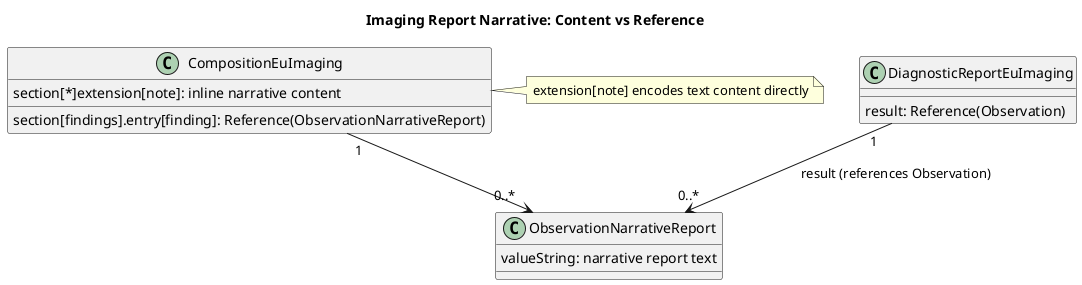
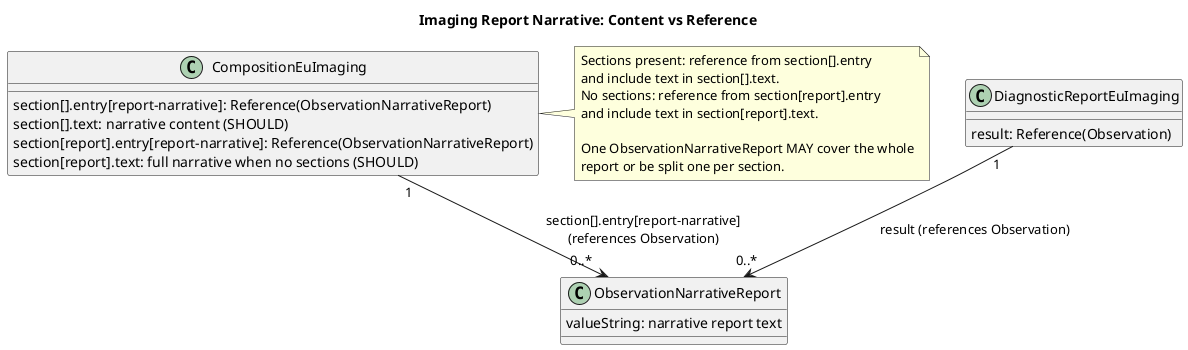
@startuml
title Imaging Report Narrative: Content vs Reference

skinparam classAttributeIconSize 0

class "ObservationNarrativeReport" as ONR {
	valueString: narrative report text
}

class "DiagnosticReportEuImaging" as DR {
	result: Reference(Observation)
}

class "CompositionEuImaging" as COMP {
- 	section[*]extension[note]: inline narrative content
-   section[findings].entry[finding]: Reference(ObservationNarrativeReport)
+ 	section[].entry[report-narrative]: Reference(ObservationNarrativeReport)
+ 	section[].text: narrative content (SHOULD)
+ 	section[report].entry[report-narrative]: Reference(ObservationNarrativeReport)
+ 	section[report].text: full narrative when no sections (SHOULD)
}

DR "1" --> "0..*" ONR : result (references Observation)
- COMP "1" --> "0..*" ONR
+ COMP "1" --> "0..*" ONR : section[].entry[report-narrative]\n(references Observation)

note right of COMP
- extension[note] encodes text content directly
+ Sections present: reference from section[].entry
+ and include text in section[].text.
+ No sections: reference from section[report].entry
+ and include text in section[report].text.
+ 
+ One ObservationNarrativeReport MAY cover the whole
+ report or be split one per section.
end note

@enduml